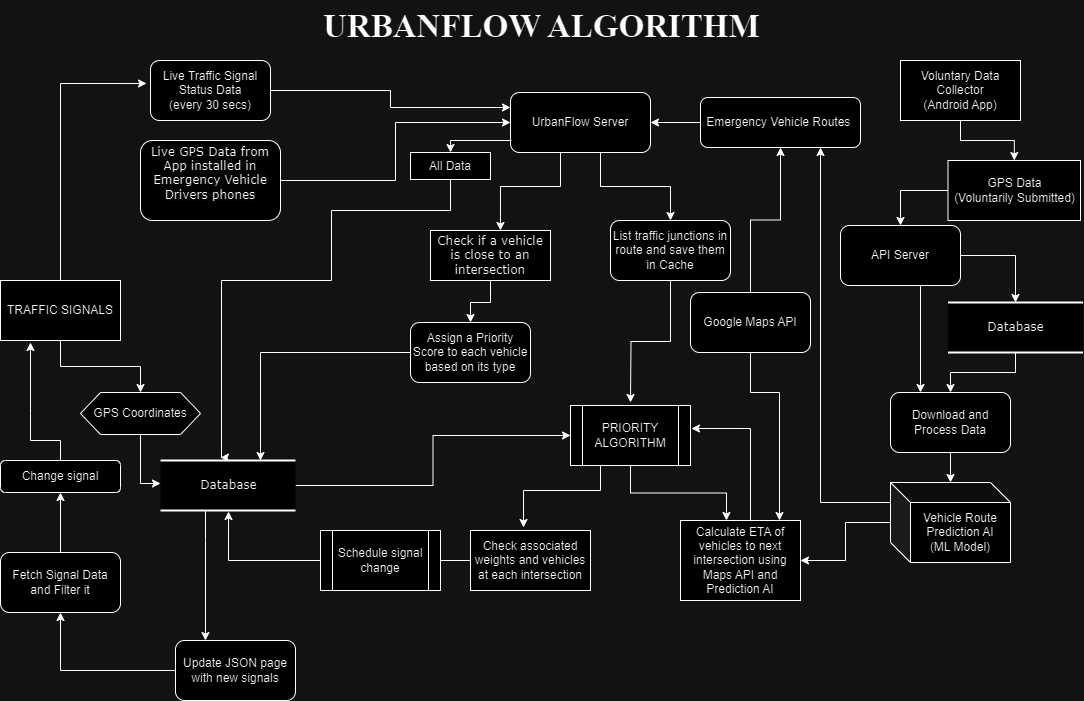
The draw.io diagram UrbanFlow Flowchart.png in PaulStudios/UrbanFlow, before a commit. Source tidied: cells renumbered, new cells last; positions are measured from the earlier drawing's top-left corner, leaving out a move shared by most shapes.
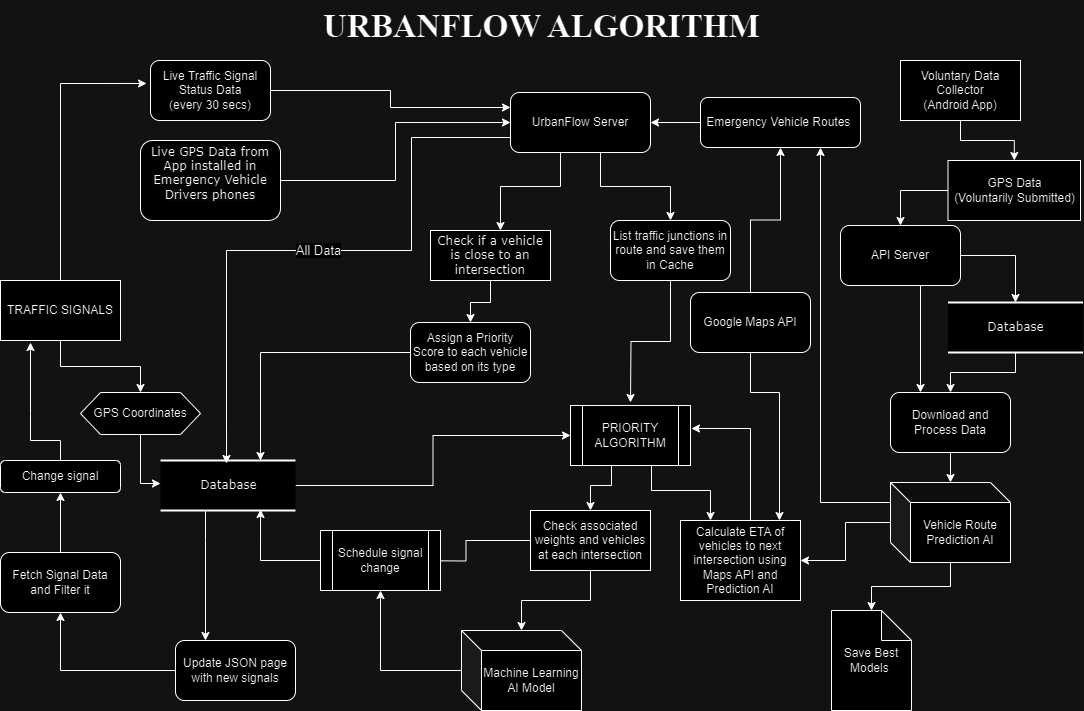
After the change.

What changed in the source:
```diff
@@ -82,17 +82,22 @@
     <mxCell id="19" value="Database" style="html=1;rounded=0;shadow=0;comic=0;labelBackgroundColor=none;strokeWidth=2;fontFamily=Verdana;fontSize=12;align=center;shape=mxgraph.ios7ui.horLines;" parent="1" vertex="1">
       <mxGeometry x="160" y="460" width="135" height="50" as="geometry" />
     </mxCell>
-    <mxCell id="20" style="edgeStyle=orthogonalEdgeStyle;rounded=0;jettySize=auto;html=1;entryX=0.442;entryY=-0.05;entryDx=0;entryDy=0;entryPerimeter=0;" parent="1" edge="1" source="22" target="24">
-      <mxGeometry relative="1" as="geometry">
-        <Array as="points">
-          <mxPoint x="600" y="490" />
-          <mxPoint x="523" y="490" />
-        </Array>
-      </mxGeometry>
-    </mxCell>
-    <mxCell id="21" style="edgeStyle=orthogonalEdgeStyle;rounded=0;jettySize=auto;html=1;entryX=0.383;entryY=0;entryDx=0;entryDy=0;entryPerimeter=0;" parent="1" edge="1" source="22" target="26">
-      <mxGeometry relative="1" as="geometry" />
+    <mxCell id="21" style="edgeStyle=orthogonalEdgeStyle;rounded=0;jettySize=auto;html=1;entryX=0.5;entryY=0;entryDx=0;entryDy=0;" parent="1" edge="1" source="22" target="24">
+      <mxGeometry relative="1" as="geometry">
+        <Array as="points">
+          <mxPoint x="611" y="485" />
+          <mxPoint x="590" y="485" />
+        </Array>
+      </mxGeometry>
     </mxCell>
+    <mxCell id="61" style="edgeStyle=orthogonalEdgeStyle;rounded=0;jettySize=auto;html=1;entryX=0.25;entryY=0;entryDx=0;entryDy=0;" parent="1" edge="1" source="22" target="26">
+      <mxGeometry relative="1" as="geometry">
+        <Array as="points">
+          <mxPoint x="651" y="490" />
+          <mxPoint x="710" y="490" />
+        </Array>
+      </mxGeometry>
+    </mxCell>
     <mxCell id="22" value="PRIORITY ALGORITHM" style="shape=process;whiteSpace=wrap;html=1;backgroundOutline=1;" parent="1" vertex="1">
       <mxGeometry x="570" y="405" width="120" height="60" as="geometry" />
     </mxCell>
@@ -101,8 +106,11 @@
         <mxPoint x="400" y="560" as="targetPoint" />
       </mxGeometry>
     </mxCell>
+    <mxCell id="62" style="edgeStyle=orthogonalEdgeStyle;rounded=0;jettySize=auto;html=1;" parent="1" edge="1" source="24" target="65">
+      <mxGeometry relative="1" as="geometry" />
+    </mxCell>
     <mxCell id="24" value="Check associated weights and vehicles at each intersection" style="rounded=0;whiteSpace=wrap;html=1;" parent="1" vertex="1">
-      <mxGeometry x="470" y="530" width="120" height="60" as="geometry" />
+      <mxGeometry x="530" y="510" width="120" height="60" as="geometry" />
     </mxCell>
     <mxCell id="25" style="edgeStyle=orthogonalEdgeStyle;rounded=0;jettySize=auto;html=1;entryX=1.008;entryY=0.383;entryDx=0;entryDy=0;entryPerimeter=0;" parent="1" edge="1" source="26" target="22">
       <mxGeometry relative="1" as="geometry">
@@ -114,7 +122,7 @@
     <mxCell id="26" value="Calculate ETA of vehicles to next intersection using Maps API and Prediction AI" style="rounded=0;whiteSpace=wrap;html=1;" parent="1" vertex="1">
       <mxGeometry x="680" y="520" width="120" height="80" as="geometry" />
     </mxCell>
-    <mxCell id="27" style="edgeStyle=orthogonalEdgeStyle;rounded=0;jettySize=auto;html=1;entryX=0.504;entryY=1.02;entryDx=0;entryDy=0;entryPerimeter=0;" parent="1" edge="1" source="28" target="19">
+    <mxCell id="27" style="edgeStyle=orthogonalEdgeStyle;rounded=0;jettySize=auto;html=1;entryX=0.741;entryY=0.98;entryDx=0;entryDy=0;entryPerimeter=0;" parent="1" edge="1" source="28" target="19">
       <mxGeometry relative="1" as="geometry" />
     </mxCell>
     <mxCell id="28" value="Schedule signal change" style="shape=process;whiteSpace=wrap;html=1;backgroundOutline=1;" parent="1" vertex="1">
@@ -233,31 +241,35 @@
     <mxCell id="56" style="edgeStyle=orthogonalEdgeStyle;rounded=0;jettySize=auto;html=1;" parent="1" edge="1" source="57" target="26">
       <mxGeometry relative="1" as="geometry" />
     </mxCell>
+    <mxCell id="63" style="edgeStyle=orthogonalEdgeStyle;rounded=0;jettySize=auto;html=1;" parent="1" edge="1" source="57" target="68">
+      <mxGeometry relative="1" as="geometry" />
+    </mxCell>
-    <mxCell id="57" value="Vehicle Route Prediction AI&lt;br&gt;(ML Model)" style="shape=cube;whiteSpace=wrap;html=1;boundedLbl=1;backgroundOutline=1;darkOpacity=0.05;darkOpacity2=0.1;" parent="1" vertex="1">
+    <mxCell id="57" value="Vehicle Route Prediction AI" style="shape=cube;whiteSpace=wrap;html=1;boundedLbl=1;backgroundOutline=1;darkOpacity=0.05;darkOpacity2=0.1;" parent="1" vertex="1">
       <mxGeometry x="890" y="482" width="120" height="80" as="geometry" />
     </mxCell>
-    <mxCell id="58" style="edgeStyle=orthogonalEdgeStyle;rounded=0;jettySize=auto;html=1;entryX=0.5;entryY=0;entryDx=0;entryDy=0;" parent="1" edge="1" target="60">
-      <mxGeometry relative="1" as="geometry">
-        <mxPoint x="511" y="140" as="sourcePoint" />
-        <Array as="points">
-          <mxPoint x="511" y="140" />
-          <mxPoint x="450" y="140" />
-        </Array>
-      </mxGeometry>
-    </mxCell>
-    <mxCell id="59" style="edgeStyle=orthogonalEdgeStyle;rounded=0;jettySize=auto;html=1;entryX=0.444;entryY=-0.06;entryDx=0;entryDy=0;entryPerimeter=0;" parent="1" edge="1" source="60" target="19">
-      <mxGeometry relative="1" as="geometry">
-        <Array as="points">
-          <mxPoint x="450" y="210" />
-          <mxPoint x="331" y="210" />
-          <mxPoint x="331" y="280" />
-          <mxPoint x="221" y="280" />
-          <mxPoint x="221" y="457" />
-        </Array>
-      </mxGeometry>
-    </mxCell>
+    <mxCell id="64" style="edgeStyle=orthogonalEdgeStyle;rounded=0;jettySize=auto;html=1;entryX=0.5;entryY=1;entryDx=0;entryDy=0;" parent="1" edge="1" source="65" target="28">
+      <mxGeometry relative="1" as="geometry" />
+    </mxCell>
+    <mxCell id="65" value="Machine Learning AI Model" style="shape=cube;whiteSpace=wrap;html=1;boundedLbl=1;backgroundOutline=1;darkOpacity=0.05;darkOpacity2=0.1;" parent="1" vertex="1">
+      <mxGeometry x="461" y="630" width="120" height="80" as="geometry" />
+    </mxCell>
+    <mxCell id="66" style="endArrow=classic;html=1;rounded=0;exitX=0;exitY=0.75;exitDx=0;exitDy=0;entryX=0.489;entryY=0.06;entryDx=0;entryDy=0;entryPerimeter=0;" parent="1" edge="1" source="6" target="19">
+      <mxGeometry relative="1" as="geometry">
+        <Array as="points">
+          <mxPoint x="411" y="137" />
+          <mxPoint x="411" y="250" />
+          <mxPoint x="226" y="250" />
+        </Array>
+      </mxGeometry>
+    </mxCell>
+    <mxCell id="67" value="Label" style="edgeLabel;html=1;align=center;verticalAlign=middle;" parent="66" vertex="1">
+      <mxGeometry relative="1" as="geometry" />
+    </mxCell>
-    <mxCell id="60" value="All Data" style="rounded=0;whiteSpace=wrap;html=1;" parent="1" vertex="1">
-      <mxGeometry x="410" y="152" width="80" height="27" as="geometry" />
+    <mxCell id="60" value="All Data" style="edgeLabel;html=1;align=center;verticalAlign=middle;points=[];fontSize=13;" parent="66" vertex="1">
+      <mxGeometry y="-1" relative="1" as="geometry" />
     </mxCell>
+    <mxCell id="68" value="Save Best Models&amp;nbsp;" style="shape=note;whiteSpace=wrap;html=1;backgroundOutline=1;darkOpacity=0.05;" parent="1" vertex="1">
+      <mxGeometry x="831" y="610" width="80" height="100" as="geometry" />
+    </mxCell>
   </root>
 </mxGraphModel>
```
